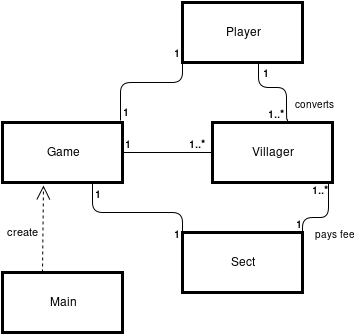
Earlier version of the draw.io export dokumentaatio/Luokkakaavio 1.png (iah1016/Uusi-aika). Source tidied: cells renumbered, new cells last; positions are measured from the earlier drawing's top-left corner, leaving out a move shared by most shapes.
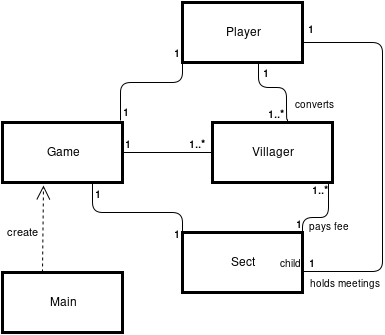
Above is the later version.

What changed in the source:
```diff
@@ -93,12 +93,12 @@
     </mxCell>
     <mxCell id="22" value="pays fee&lt;br&gt;" style="html=1;align=left;verticalAlign=bottom;labelBackgroundColor=#ffffff;fontSize=10;" parent="21" vertex="1">
       <mxGeometry x="-1" relative="1" as="geometry">
-        <mxPoint x="10" y="-10" as="offset" />
+        <mxPoint x="4" y="-18" as="offset" />
       </mxGeometry>
     </mxCell>
     <mxCell id="23" value="pays fee&lt;br&gt;" style="html=1;align=left;verticalAlign=bottom;labelBackgroundColor=#ffffff;fontSize=10;" parent="1" vertex="1">
-      <mxGeometry x="310" y="240" as="geometry">
-        <mxPoint x="10" y="-10" as="offset" />
+      <mxGeometry x="304" y="232" as="geometry">
+        <mxPoint x="4" y="-18" as="offset" />
       </mxGeometry>
     </mxCell>
     <mxCell id="24" style="endArrow=none;html=1;edgeStyle=orthogonalEdgeStyle;" parent="1" edge="1">
@@ -150,5 +150,39 @@
         <mxPoint x="40" y="270" as="sourcePoint" />
       </mxGeometry>
     </mxCell>
+    <mxCell id="33" style="endArrow=none;html=1;edgeStyle=elbowEdgeStyle;entryX=1.008;entryY=0.65;entryPerimeter=0;" parent="1" edge="1" target="5">
+      <mxGeometry x="150" y="60" as="geometry">
+        <mxPoint x="300" y="40" as="sourcePoint" />
+        <Array as="points">
+          <mxPoint x="380" y="150" />
+        </Array>
+      </mxGeometry>
+    </mxCell>
+    <mxCell id="34" value="holds meetings&lt;br&gt;" style="html=1;align=left;verticalAlign=bottom;labelBackgroundColor=#ffffff;fontSize=10;" parent="33" vertex="1">
+      <mxGeometry x="-1" relative="1" as="geometry">
+        <mxPoint x="5" y="249" as="offset" />
+      </mxGeometry>
+    </mxCell>
+    <mxCell id="35" value="child" style="html=1;align=right;verticalAlign=bottom;labelBackgroundColor=#ffffff;fontSize=10;" parent="33" vertex="1">
+      <mxGeometry x="1" relative="1" as="geometry" />
+    </mxCell>
+    <mxCell id="36" value="holds meetings&lt;br&gt;" style="html=1;align=left;verticalAlign=bottom;labelBackgroundColor=#ffffff;fontSize=10;" parent="1" vertex="1">
+      <mxGeometry x="305" y="289" as="geometry">
+        <mxPoint x="5" y="249" as="offset" />
+      </mxGeometry>
+    </mxCell>
+    <mxCell id="37" value="child" style="html=1;align=right;verticalAlign=bottom;labelBackgroundColor=#ffffff;fontSize=10;" parent="1" vertex="1">
+      <mxGeometry x="301" y="269" as="geometry" />
+    </mxCell>
+    <mxCell id="38" value="1" style="html=1;align=right;verticalAlign=bottom;labelBackgroundColor=#ffffff;fontSize=10;fontStyle=1;" parent="1" vertex="1">
+      <mxGeometry x="314" y="35" as="geometry">
+        <mxPoint x="164" y="55" as="offset" />
+      </mxGeometry>
+    </mxCell>
+    <mxCell id="39" value="1" style="html=1;align=right;verticalAlign=bottom;labelBackgroundColor=#ffffff;fontSize=10;fontStyle=1;" parent="1" vertex="1">
+      <mxGeometry x="315" y="269" as="geometry">
+        <mxPoint x="165" y="289" as="offset" />
+      </mxGeometry>
+    </mxCell>
   </root>
 </mxGraphModel>
```
